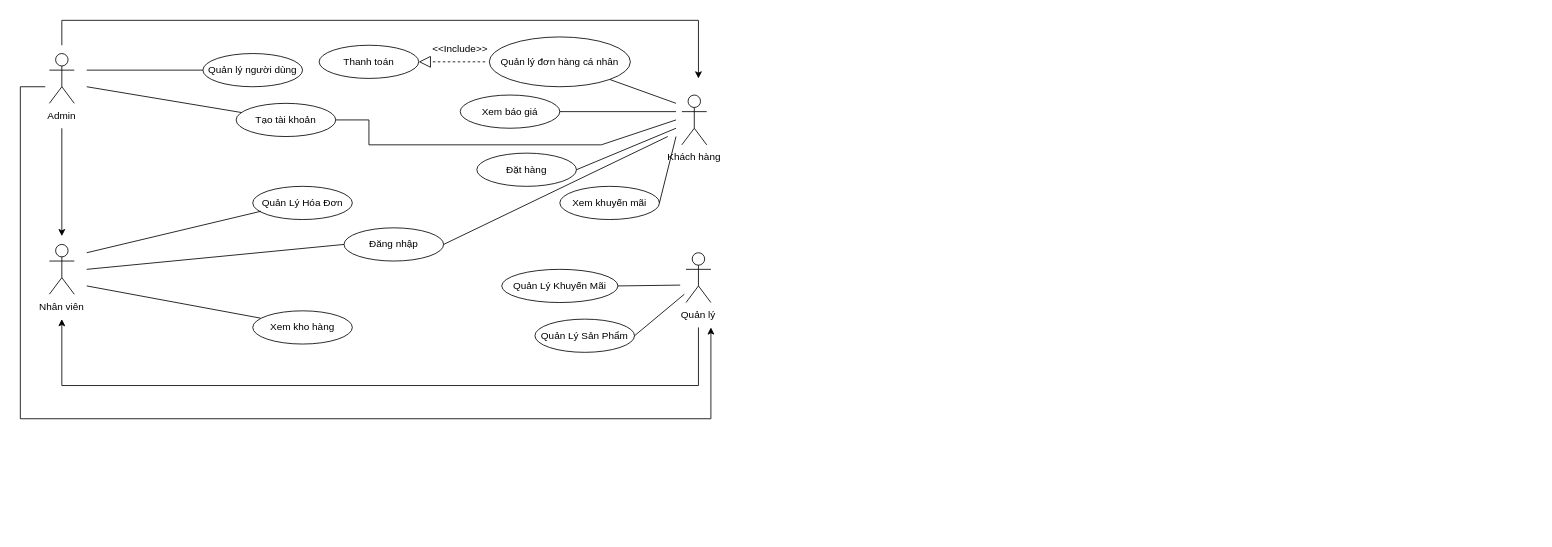
Before: Biểu đồ không có tiêu đề.drawio in ChauCongTu/thiet-ke-linh-tinh, a draw.io diagram. Source tidied: cells renumbered, new cells numbered last; positions are measured from the earlier drawing's top-left corner, leaving out a move shared by most shapes. Both pictures are drawn from the tidied source at 83%, with x=0, y=0 at pixel (20, 20).
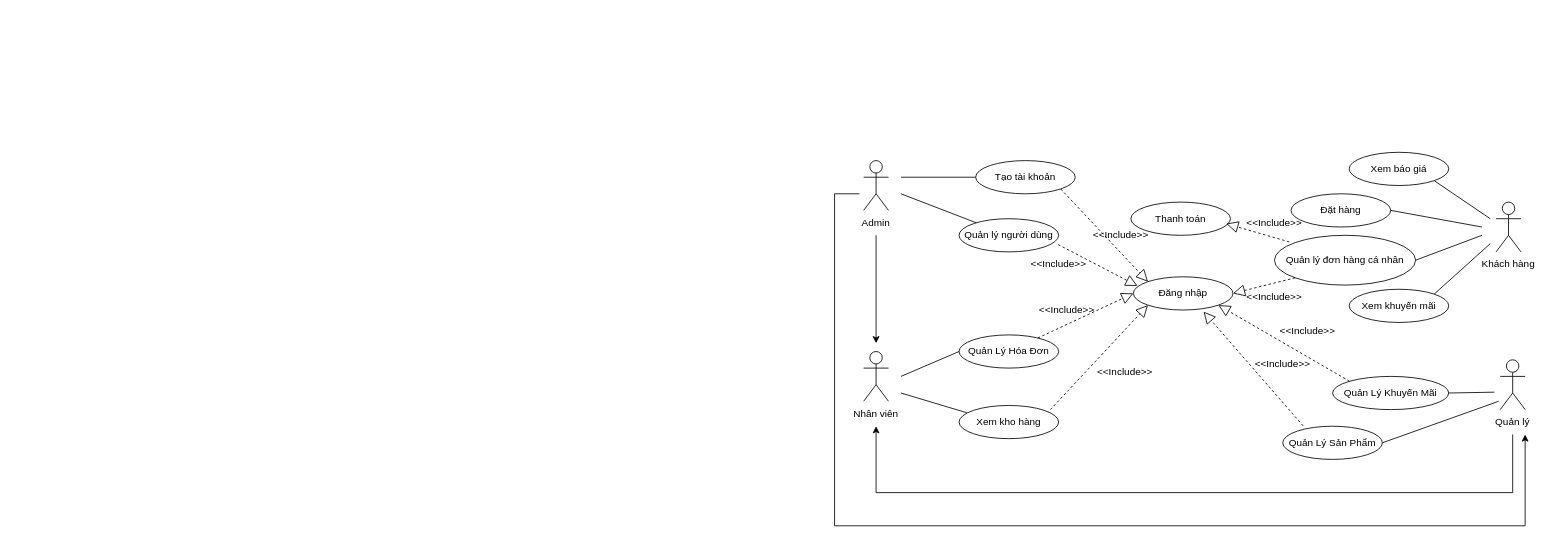
After the change.

Change to the diagram source:
```diff
@@
     <mxCell id="2" value="Actor" style="shape=umlActor;verticalLabelPosition=bottom;verticalAlign=top;html=1;labelPadding=0;noLabel=1;" parent="1" vertex="1">
-      <mxGeometry x="35" y="40" width="30" height="60" as="geometry" />
+      <mxGeometry x="1016" y="169" width="30" height="60" as="geometry" />
     </mxCell>
     <mxCell id="3" value="Admin" style="text;html=1;strokeColor=none;fillColor=none;align=center;verticalAlign=middle;whiteSpace=wrap;rounded=0;" parent="1" vertex="1">
-      <mxGeometry x="20" y="100" width="60" height="30" as="geometry" />
+      <mxGeometry x="1001" y="229" width="60" height="30" as="geometry" />
     </mxCell>
     <mxCell id="4" value="Actor" style="shape=umlActor;verticalLabelPosition=bottom;verticalAlign=top;html=1;labelPadding=0;noLabel=1;" parent="1" vertex="1">
-      <mxGeometry x="35" y="270" width="30" height="60" as="geometry" />
+      <mxGeometry x="1016" y="399" width="30" height="60" as="geometry" />
     </mxCell>
     <mxCell id="5" value="Nhân viên" style="text;html=1;strokeColor=none;fillColor=none;align=center;verticalAlign=middle;whiteSpace=wrap;rounded=0;" parent="1" vertex="1">
-      <mxGeometry x="20" y="330" width="60" height="30" as="geometry" />
+      <mxGeometry x="1001" y="459" width="60" height="30" as="geometry" />
     </mxCell>
     <mxCell id="6" value="Actor" style="shape=umlActor;verticalLabelPosition=bottom;verticalAlign=top;html=1;labelPadding=0;noLabel=1;" parent="1" vertex="1">
-      <mxGeometry x="802" y="280" width="30" height="60" as="geometry" />
+      <mxGeometry x="1783" y="409" width="30" height="60" as="geometry" />
     </mxCell>
     <mxCell id="7" value="Quản lý" style="text;html=1;strokeColor=none;fillColor=none;align=center;verticalAlign=middle;whiteSpace=wrap;rounded=0;" parent="1" vertex="1">
-      <mxGeometry x="787" y="340" width="60" height="30" as="geometry" />
+      <mxGeometry x="1768" y="469" width="60" height="30" as="geometry" />
     </mxCell>
     <mxCell id="8" value="Actor" style="shape=umlActor;verticalLabelPosition=bottom;verticalAlign=top;html=1;labelPadding=0;noLabel=1;" parent="1" vertex="1">
-      <mxGeometry x="797" y="90" width="30" height="60" as="geometry" />
+      <mxGeometry x="1778" y="219" width="30" height="60" as="geometry" />
     </mxCell>
     <mxCell id="9" value="Khách hàng" style="text;html=1;strokeColor=none;fillColor=none;align=center;verticalAlign=middle;whiteSpace=wrap;rounded=0;" parent="1" vertex="1">
-      <mxGeometry x="777" y="150" width="70" height="30" as="geometry" />
+      <mxGeometry x="1758" y="279" width="70" height="30" as="geometry" />
     </mxCell>
     <mxCell id="10" value="Đăng nhập" style="ellipse;whiteSpace=wrap;html=1;" parent="1" vertex="1">
-      <mxGeometry x="390" y="250" width="120" height="40" as="geometry" />
+      <mxGeometry x="1341" y="309" width="120" height="40" as="geometry" />
     </mxCell>
-    <mxCell id="11" style="endArrow=none;html=1;rounded=0;entryX=0;entryY=0.5;entryDx=0;entryDy=0;" parent="1" edge="1" target="10">
-      <mxGeometry relative="1" as="geometry">
-        <mxPoint x="80" y="300" as="sourcePoint" />
-      </mxGeometry>
-    </mxCell>
     <mxCell id="12" style="endArrow=classic;html=1;rounded=0;exitX=0.5;exitY=1;exitDx=0;exitDy=0;" parent="1" edge="1" source="3">
       <mxGeometry relative="1" as="geometry">
-        <mxPoint x="50" y="260" as="targetPoint" />
+        <mxPoint x="1031" y="389" as="targetPoint" />
       </mxGeometry>
     </mxCell>
     <mxCell id="13" value="Tạo tài khoản" style="ellipse;whiteSpace=wrap;html=1;" parent="1" vertex="1">
-      <mxGeometry x="260" y="100" width="120" height="40" as="geometry" />
+      <mxGeometry x="1151" y="169" width="120" height="40" as="geometry" />
     </mxCell>
     <mxCell id="14" value="Quản Lý Sản Phẩm" style="ellipse;whiteSpace=wrap;html=1;" parent="1" vertex="1">
-      <mxGeometry x="620" y="360" width="120" height="40" as="geometry" />
+      <mxGeometry x="1521" y="489" width="120" height="40" as="geometry" />
     </mxCell>
     <mxCell id="15" value="Quản Lý Hóa Đơn" style="ellipse;whiteSpace=wrap;html=1;" parent="1" vertex="1">
-      <mxGeometry x="280" y="200" width="120" height="40" as="geometry" />
+      <mxGeometry x="1131" y="379" width="120" height="40" as="geometry" />
     </mxCell>
     <mxCell id="16" value="Quản Lý Khuyến Mãi" style="ellipse;whiteSpace=wrap;html=1;" parent="1" vertex="1">
-      <mxGeometry x="580" y="300" width="140" height="40" as="geometry" />
+      <mxGeometry x="1581" y="429" width="140" height="40" as="geometry" />
     </mxCell>
     <mxCell id="17" value="Quản lý đơn hàng cá nhân" style="ellipse;whiteSpace=wrap;html=1;" parent="1" vertex="1">
-      <mxGeometry x="565" y="20" width="170" height="60" as="geometry" />
+      <mxGeometry x="1511" y="259" width="170" height="60" as="geometry" />
     </mxCell>
     <mxCell id="18" value="Xem khuyến mãi" style="ellipse;whiteSpace=wrap;html=1;" parent="1" vertex="1">
-      <mxGeometry x="650" y="200" width="120" height="40" as="geometry" />
+      <mxGeometry x="1601" y="324" width="120" height="40" as="geometry" />
     </mxCell>
     <mxCell id="19" value="Đặt hàng" style="ellipse;whiteSpace=wrap;html=1;" parent="1" vertex="1">
-      <mxGeometry x="550" y="160" width="120" height="40" as="geometry" />
+      <mxGeometry x="1531" y="209" width="120" height="40" as="geometry" />
     </mxCell>
-    <mxCell id="20" value="Xem báo giá" style="ellipse;whiteSpace=wrap;html=1;" parent="1" vertex="1">
-      <mxGeometry x="530" y="90" width="120" height="40" as="geometry" />
-    </mxCell>
     <mxCell id="21" value="Quản lý người dùng" style="ellipse;whiteSpace=wrap;html=1;" parent="1" vertex="1">
-      <mxGeometry x="220" y="40" width="120" height="40" as="geometry" />
+      <mxGeometry x="1131" y="239" width="120" height="40" as="geometry" />
     </mxCell>
     <mxCell id="22" style="endArrow=none;html=1;rounded=0;exitX=1;exitY=0.5;exitDx=0;exitDy=0;" parent="1" edge="1" source="16">
       <mxGeometry relative="1" as="geometry">
-        <mxPoint x="795" y="319" as="targetPoint" />
+        <mxPoint x="1776" y="448" as="targetPoint" />
       </mxGeometry>
     </mxCell>
     <mxCell id="23" style="endArrow=none;html=1;rounded=0;" parent="1" edge="1" target="21">
       <mxGeometry relative="1" as="geometry">
-        <mxPoint x="80" y="60" as="sourcePoint" />
+        <mxPoint x="1061" y="209" as="sourcePoint" />
       </mxGeometry>
     </mxCell>
     <mxCell id="24" style="endArrow=none;html=1;rounded=0;" parent="1" edge="1" target="13">
       <mxGeometry relative="1" as="geometry">
-        <mxPoint x="80" y="80" as="sourcePoint" />
+        <mxPoint x="1061" y="189" as="sourcePoint" />
       </mxGeometry>
     </mxCell>
-    <mxCell id="25" style="endArrow=none;html=1;rounded=0;exitX=1;exitY=0.5;exitDx=0;exitDy=0;" parent="1" edge="1" source="18">
+    <mxCell id="25" style="endArrow=none;html=1;rounded=0;exitX=1;exitY=0;exitDx=0;exitDy=0;" parent="1" edge="1" source="18">
       <mxGeometry relative="1" as="geometry">
-        <mxPoint x="790" y="140" as="targetPoint" />
+        <mxPoint x="1771" y="269" as="targetPoint" />
       </mxGeometry>
     </mxCell>
-    <mxCell id="26" style="endArrow=none;html=1;rounded=0;exitX=1;exitY=0.5;exitDx=0;exitDy=0;" parent="1" edge="1" source="20">
+    <mxCell id="26" style="endArrow=none;html=1;rounded=0;exitX=1;exitY=1;exitDx=0;exitDy=0;" parent="1" edge="1" source="20">
       <mxGeometry relative="1" as="geometry">
-        <mxPoint x="790" y="110" as="targetPoint" />
+        <mxPoint x="1771" y="239" as="targetPoint" />
       </mxGeometry>
     </mxCell>
     <mxCell id="27" style="endArrow=none;html=1;rounded=0;exitX=1;exitY=0.5;exitDx=0;exitDy=0;" parent="1" edge="1" source="19">
       <mxGeometry relative="1" as="geometry">
-        <mxPoint x="790" y="130" as="targetPoint" />
+        <mxPoint x="1761" y="249" as="targetPoint" />
       </mxGeometry>
     </mxCell>
-    <mxCell id="28" style="endArrow=none;html=1;rounded=0;exitX=1;exitY=1;exitDx=0;exitDy=0;" parent="1" edge="1" source="17">
+    <mxCell id="28" style="endArrow=none;html=1;rounded=0;exitX=1;exitY=0.5;exitDx=0;exitDy=0;" parent="1" edge="1" source="17">
       <mxGeometry relative="1" as="geometry">
-        <mxPoint x="790" y="100" as="targetPoint" />
+        <mxPoint x="1761" y="259" as="targetPoint" />
       </mxGeometry>
     </mxCell>
     <mxCell id="29" style="endArrow=classic;html=1;rounded=0;exitX=0.5;exitY=1;exitDx=0;exitDy=0;entryX=0.5;entryY=1;entryDx=0;entryDy=0;" parent="1" edge="1" source="7" target="5">
       <mxGeometry relative="1" as="geometry">
         <Array as="points">
-          <mxPoint x="817" y="440" />
-          <mxPoint x="50" y="440" />
+          <mxPoint x="1798" y="569" />
+          <mxPoint x="1031" y="569" />
         </Array>
       </mxGeometry>
     </mxCell>
-    <mxCell id="30" style="endArrow=none;html=1;rounded=0;" parent="1" edge="1">
+    <mxCell id="30" style="endArrow=none;html=1;rounded=0;exitX=0;exitY=0.5;exitDx=0;exitDy=0;" parent="1" edge="1" source="15">
       <mxGeometry relative="1" as="geometry">
-        <mxPoint x="290" y="230" as="sourcePoint" />
-        <mxPoint x="80" y="280" as="targetPoint" />
+        <mxPoint x="1061" y="429" as="targetPoint" />
       </mxGeometry>
     </mxCell>
     <mxCell id="31" style="endArrow=none;html=1;rounded=0;exitX=1;exitY=0.5;exitDx=0;exitDy=0;" parent="1" edge="1" source="14">
       <mxGeometry relative="1" as="geometry">
-        <mxPoint x="800" y="330" as="targetPoint" />
+        <mxPoint x="1781" y="459" as="targetPoint" />
       </mxGeometry>
     </mxCell>
     <mxCell id="32" value="Xem kho hàng" style="ellipse;whiteSpace=wrap;html=1;" parent="1" vertex="1">
-      <mxGeometry x="280" y="350" width="120" height="40" as="geometry" />
+      <mxGeometry x="1131" y="464" width="120" height="40" as="geometry" />
     </mxCell>
     <mxCell id="33" style="endArrow=none;html=1;rounded=0;exitX=0.078;exitY=0.22;exitDx=0;exitDy=0;exitPerimeter=0;" parent="1" edge="1" source="32">
       <mxGeometry relative="1" as="geometry">
-        <mxPoint x="80" y="320" as="targetPoint" />
+        <mxPoint x="1061" y="449" as="targetPoint" />
       </mxGeometry>
     </mxCell>
     <mxCell id="34" style="endArrow=classic;html=1;rounded=0;entryX=0.75;entryY=1;entryDx=0;entryDy=0;" parent="1" edge="1" target="7">
       <mxGeometry relative="1" as="geometry">
-        <mxPoint x="30" y="80" as="sourcePoint" />
+        <mxPoint x="1011" y="209" as="sourcePoint" />
         <Array as="points">
-          <mxPoint y="80" />
-          <mxPoint y="480" />
-          <mxPoint x="832" y="480" />
+          <mxPoint x="981" y="209" />
+          <mxPoint x="981" y="609" />
+          <mxPoint x="1813" y="609" />
         </Array>
       </mxGeometry>
     </mxCell>
-    <mxCell id="35" style="endArrow=classic;html=1;rounded=0;" parent="1" edge="1">
-      <mxGeometry relative="1" as="geometry">
-        <mxPoint x="50" y="30" as="sourcePoint" />
-        <mxPoint x="817" y="70" as="targetPoint" />
-        <Array as="points">
-          <mxPoint x="50" />
-          <mxPoint x="817" />
-        </Array>
-      </mxGeometry>
-    </mxCell>
     <mxCell id="36" value="Thanh toán" style="ellipse;whiteSpace=wrap;html=1;" parent="1" vertex="1">
-      <mxGeometry x="360" y="30" width="120" height="40" as="geometry" />
+      <mxGeometry x="1338" y="219" width="120" height="40" as="geometry" />
     </mxCell>
-    <mxCell id="37" style="endArrow=block;dashed=1;endFill=0;endSize=12;html=1;rounded=0;entryX=1;entryY=0.5;entryDx=0;entryDy=0;" parent="1" edge="1" target="36">
+    <mxCell id="37" style="endArrow=block;dashed=1;endFill=0;endSize=12;html=1;rounded=0;exitX=0.105;exitY=0.133;exitDx=0;exitDy=0;exitPerimeter=0;" parent="1" edge="1" source="17">
       <mxGeometry relative="1" as="geometry">
-        <mxPoint x="560" y="50" as="sourcePoint" />
+        <mxPoint x="1453" y="245" as="targetPoint" />
       </mxGeometry>
     </mxCell>
     <mxCell id="38" value="&amp;lt;&amp;lt;Include&amp;gt;&amp;gt;" style="text;html=1;strokeColor=none;fillColor=none;align=center;verticalAlign=middle;whiteSpace=wrap;rounded=0;" parent="1" vertex="1">
-      <mxGeometry x="500" y="20" width="60" height="30" as="geometry" />
+      <mxGeometry x="1481" y="229" width="60" height="30" as="geometry" />
     </mxCell>
-    <mxCell id="39" style="endArrow=none;html=1;rounded=0;exitX=1;exitY=0.5;exitDx=0;exitDy=0;" parent="1" edge="1" source="10">
-      <mxGeometry relative="1" as="geometry">
-        <mxPoint x="780" y="140" as="targetPoint" />
-      </mxGeometry>
-    </mxCell>
-    <mxCell id="40" style="endArrow=none;html=1;rounded=0;entryX=1;entryY=0.5;entryDx=0;entryDy=0;" parent="1" edge="1" target="13">
-      <mxGeometry relative="1" as="geometry">
-        <mxPoint x="790" y="120" as="sourcePoint" />
-        <Array as="points">
-          <mxPoint x="700" y="150" />
-          <mxPoint x="420" y="150" />
-          <mxPoint x="420" y="120" />
-        </Array>
-      </mxGeometry>
-    </mxCell>
+    <mxCell id="41" value="&amp;lt;&amp;lt;Include&amp;gt;&amp;gt;" style="text;html=1;strokeColor=none;fillColor=none;align=center;verticalAlign=middle;whiteSpace=wrap;rounded=0;" parent="1" vertex="1">
+      <mxGeometry x="1221" y="279" width="60" height="30" as="geometry" />
+    </mxCell>
+    <mxCell id="42" value="&amp;lt;&amp;lt;Include&amp;gt;&amp;gt;" style="text;html=1;strokeColor=none;fillColor=none;align=center;verticalAlign=middle;whiteSpace=wrap;rounded=0;" parent="1" vertex="1">
+      <mxGeometry x="1481" y="319" width="60" height="30" as="geometry" />
+    </mxCell>
+    <mxCell id="20" value="Xem báo giá" style="ellipse;whiteSpace=wrap;html=1;" parent="1" vertex="1">
+      <mxGeometry x="1601" y="159" width="120" height="40" as="geometry" />
+    </mxCell>
+    <mxCell id="43" style="endArrow=block;dashed=1;endFill=0;endSize=12;html=1;rounded=0;entryX=1;entryY=0.5;entryDx=0;entryDy=0;exitX=0;exitY=1;exitDx=0;exitDy=0;" parent="1" edge="1" source="17" target="10">
+      <mxGeometry relative="1" as="geometry" />
+    </mxCell>
+    <mxCell id="44" style="endArrow=block;dashed=1;endFill=0;endSize=12;html=1;rounded=0;entryX=1;entryY=1;entryDx=0;entryDy=0;exitX=0;exitY=0;exitDx=0;exitDy=0;" parent="1" edge="1" source="16" target="10">
+      <mxGeometry relative="1" as="geometry" />
+    </mxCell>
+    <mxCell id="45" style="endArrow=block;dashed=1;endFill=0;endSize=12;html=1;rounded=0;entryX=0.705;entryY=1.05;entryDx=0;entryDy=0;exitX=0.205;exitY=-0.01;exitDx=0;exitDy=0;entryPerimeter=0;exitPerimeter=0;" parent="1" edge="1" source="14" target="10">
+      <mxGeometry relative="1" as="geometry" />
+    </mxCell>
+    <mxCell id="46" style="endArrow=block;dashed=1;endFill=0;endSize=12;html=1;rounded=0;exitX=0.995;exitY=0.78;exitDx=0;exitDy=0;exitPerimeter=0;" parent="1" edge="1" source="21">
+      <mxGeometry relative="1" as="geometry">
+        <mxPoint x="1346" y="320" as="targetPoint" />
+      </mxGeometry>
+    </mxCell>
+    <mxCell id="47" style="endArrow=block;dashed=1;endFill=0;endSize=12;html=1;rounded=0;entryX=0;entryY=0.5;entryDx=0;entryDy=0;" parent="1" edge="1" source="15" target="10">
+      <mxGeometry relative="1" as="geometry" />
+    </mxCell>
+    <mxCell id="48" style="endArrow=block;dashed=1;endFill=0;endSize=12;html=1;rounded=0;entryX=0;entryY=1;entryDx=0;entryDy=0;exitX=0.917;exitY=0.125;exitDx=0;exitDy=0;exitPerimeter=0;" parent="1" edge="1" source="32" target="10">
+      <mxGeometry relative="1" as="geometry" />
+    </mxCell>
+    <mxCell id="49" value="&amp;lt;&amp;lt;Include&amp;gt;&amp;gt;" style="text;html=1;strokeColor=none;fillColor=none;align=center;verticalAlign=middle;whiteSpace=wrap;rounded=0;" parent="1" vertex="1">
+      <mxGeometry x="1231" y="334" width="60" height="30" as="geometry" />
+    </mxCell>
+    <mxCell id="50" value="&amp;lt;&amp;lt;Include&amp;gt;&amp;gt;" style="text;html=1;strokeColor=none;fillColor=none;align=center;verticalAlign=middle;whiteSpace=wrap;rounded=0;" parent="1" vertex="1">
+      <mxGeometry x="1301" y="409" width="60" height="30" as="geometry" />
+    </mxCell>
+    <mxCell id="51" value="&amp;lt;&amp;lt;Include&amp;gt;&amp;gt;" style="text;html=1;strokeColor=none;fillColor=none;align=center;verticalAlign=middle;whiteSpace=wrap;rounded=0;" parent="1" vertex="1">
+      <mxGeometry x="1491" y="399" width="60" height="30" as="geometry" />
+    </mxCell>
+    <mxCell id="52" value="&amp;lt;&amp;lt;Include&amp;gt;&amp;gt;" style="text;html=1;strokeColor=none;fillColor=none;align=center;verticalAlign=middle;whiteSpace=wrap;rounded=0;" parent="1" vertex="1">
+      <mxGeometry x="1521" y="359" width="60" height="30" as="geometry" />
+    </mxCell>
+    <mxCell id="53" style="endArrow=block;dashed=1;endFill=0;endSize=12;html=1;rounded=0;entryX=0;entryY=0;entryDx=0;entryDy=0;exitX=1;exitY=1;exitDx=0;exitDy=0;" parent="1" edge="1" source="13" target="10">
+      <mxGeometry relative="1" as="geometry" />
+    </mxCell>
+    <mxCell id="54" value="&amp;lt;&amp;lt;Include&amp;gt;&amp;gt;" style="text;html=1;strokeColor=none;fillColor=none;align=center;verticalAlign=middle;whiteSpace=wrap;rounded=0;" parent="1" vertex="1">
+      <mxGeometry x="1296" y="244" width="60" height="30" as="geometry" />
+    </mxCell>
```
